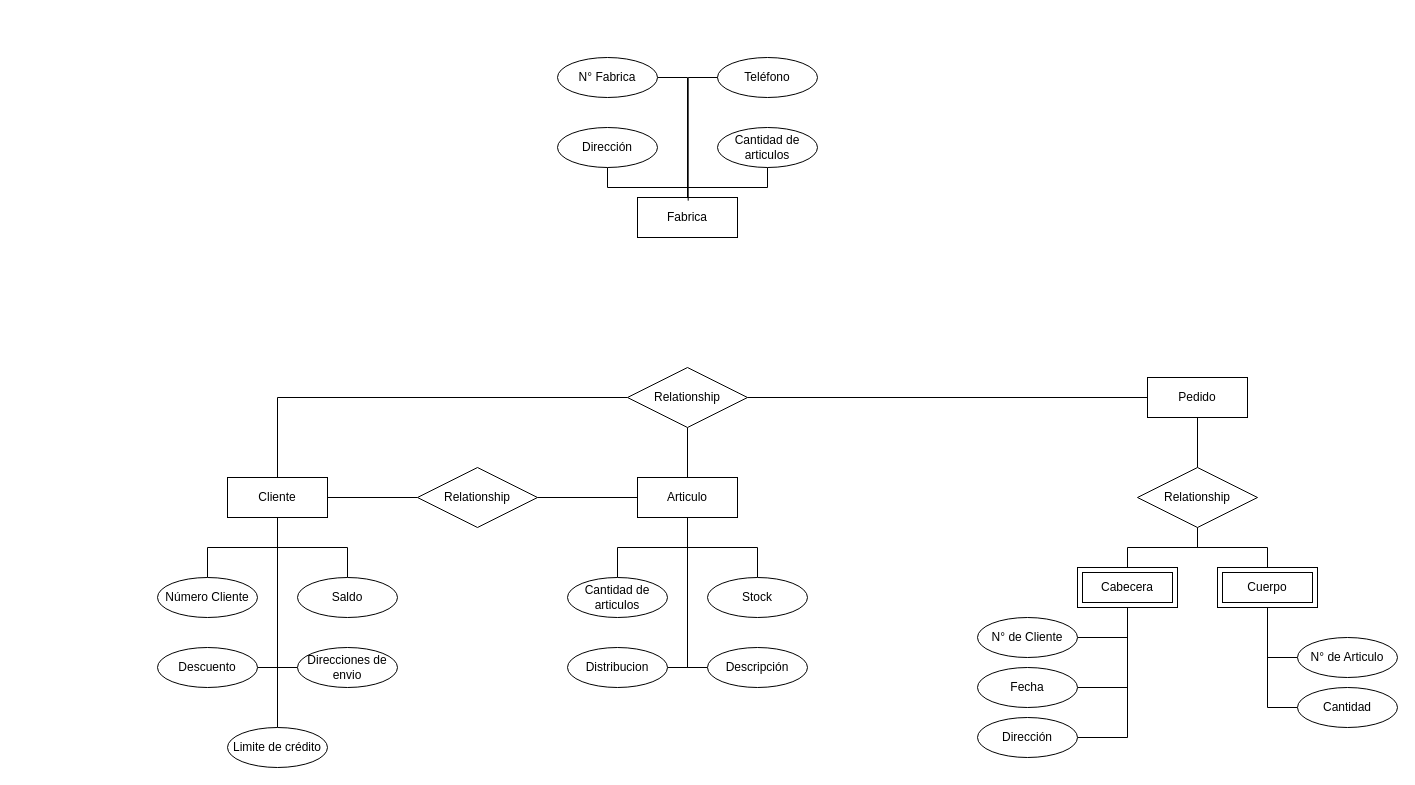
Before: Modelamiento/Diagrama sin título.drawio in Ju4nox/UCM, a draw.io diagram. Source tidied: cells renumbered, new cells numbered last; positions are measured from the earlier drawing's top-left corner, leaving out a move shared by most shapes. Both pictures are drawn from the tidied source at 100%, with x=0, y=0 at pixel (157, 57).
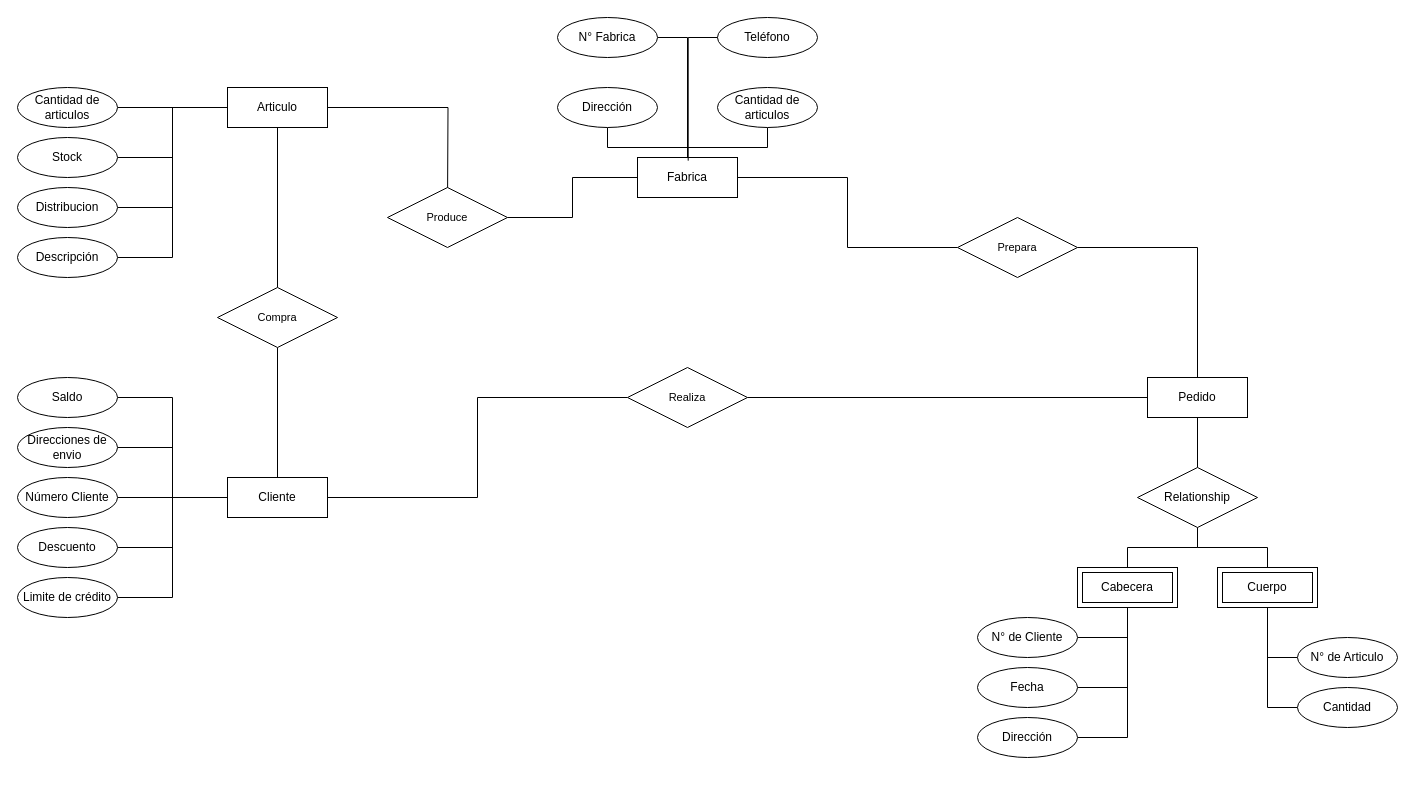
The same diagram, later.

The change refers to these unchanged cells:
```xml
<mxCell id="9" value="Cliente" style="whiteSpace=wrap;html=1;align=center;direction=west;" parent="1" vertex="1">
  <mxGeometry x="70" y="420" width="100" height="40" as="geometry" />
</mxCell>
<mxCell id="21" value="Pedido" style="whiteSpace=wrap;html=1;align=center;" parent="1" vertex="1">
  <mxGeometry x="990" y="320" width="100" height="40" as="geometry" />
</mxCell>
```

Diff of the diagram source:
```diff
@@
-    <mxCell id="2" style="edgeStyle=orthogonalEdgeStyle;shape=connector;rounded=0;jettySize=auto;html=1;exitX=0.5;exitY=0;exitDx=0;exitDy=0;entryX=0.5;entryY=1;entryDx=0;entryDy=0;strokeColor=default;align=center;verticalAlign=middle;fontFamily=Helvetica;fontSize=11;fontColor=default;labelBackgroundColor=default;startFill=0;endArrow=none;" parent="1" edge="1" source="9" target="26">
-      <mxGeometry relative="1" as="geometry" />
-    </mxCell>
-    <mxCell id="3" style="edgeStyle=orthogonalEdgeStyle;shape=connector;rounded=0;jettySize=auto;html=1;exitX=0.5;exitY=0;exitDx=0;exitDy=0;entryX=0.5;entryY=1;entryDx=0;entryDy=0;strokeColor=default;align=center;verticalAlign=middle;fontFamily=Helvetica;fontSize=11;fontColor=default;labelBackgroundColor=default;startFill=0;endArrow=none;" parent="1" edge="1" source="9" target="25">
-      <mxGeometry relative="1" as="geometry" />
-    </mxCell>
-    <mxCell id="4" style="edgeStyle=orthogonalEdgeStyle;shape=connector;rounded=0;jettySize=auto;html=1;exitX=0.5;exitY=0;exitDx=0;exitDy=0;entryX=0;entryY=0.5;entryDx=0;entryDy=0;strokeColor=default;align=center;verticalAlign=middle;fontFamily=Helvetica;fontSize=11;fontColor=default;labelBackgroundColor=default;startFill=0;endArrow=none;" parent="1" edge="1" source="9" target="10">
-      <mxGeometry relative="1" as="geometry" />
-    </mxCell>
-    <mxCell id="5" style="edgeStyle=orthogonalEdgeStyle;shape=connector;rounded=0;jettySize=auto;html=1;exitX=0.5;exitY=0;exitDx=0;exitDy=0;entryX=1;entryY=0.5;entryDx=0;entryDy=0;strokeColor=default;align=center;verticalAlign=middle;fontFamily=Helvetica;fontSize=11;fontColor=default;labelBackgroundColor=default;startFill=0;endArrow=none;" parent="1" edge="1" source="9" target="29">
-      <mxGeometry relative="1" as="geometry" />
-    </mxCell>
-    <mxCell id="6" style="edgeStyle=orthogonalEdgeStyle;shape=connector;rounded=0;jettySize=auto;html=1;exitX=0.5;exitY=0;exitDx=0;exitDy=0;entryX=0.5;entryY=1;entryDx=0;entryDy=0;strokeColor=default;align=center;verticalAlign=middle;fontFamily=Helvetica;fontSize=11;fontColor=default;labelBackgroundColor=default;startFill=0;endArrow=none;" parent="1" edge="1" source="9" target="27">
-      <mxGeometry relative="1" as="geometry" />
-    </mxCell>
-    <mxCell id="7" style="edgeStyle=orthogonalEdgeStyle;shape=connector;rounded=0;jettySize=auto;html=1;exitX=0;exitY=0.5;exitDx=0;exitDy=0;entryX=0;entryY=0.5;entryDx=0;entryDy=0;strokeColor=default;align=center;verticalAlign=middle;fontFamily=Helvetica;fontSize=11;fontColor=default;labelBackgroundColor=default;startFill=0;endArrow=none;" parent="1" edge="1" source="9" target="52">
-      <mxGeometry relative="1" as="geometry" />
-    </mxCell>
-    <mxCell id="8" style="edgeStyle=orthogonalEdgeStyle;shape=connector;rounded=0;jettySize=auto;html=1;exitX=0.5;exitY=1;exitDx=0;exitDy=0;entryX=0;entryY=0.5;entryDx=0;entryDy=0;strokeColor=default;align=center;verticalAlign=middle;fontFamily=Helvetica;fontSize=11;fontColor=default;labelBackgroundColor=default;startFill=0;endArrow=none;" parent="1" edge="1" source="9" target="54">
-      <mxGeometry relative="1" as="geometry" />
-    </mxCell>
+    <mxCell id="55" style="edgeStyle=orthogonalEdgeStyle;shape=connector;rounded=0;jettySize=auto;html=1;exitX=0;exitY=0.5;exitDx=0;exitDy=0;entryX=0;entryY=0.5;entryDx=0;entryDy=0;strokeColor=default;align=center;verticalAlign=middle;fontFamily=Helvetica;fontSize=11;fontColor=default;labelBackgroundColor=default;startFill=0;endArrow=none;" parent="1" edge="1" source="9" target="68">
+      <mxGeometry relative="1" as="geometry" />
+    </mxCell>
@@
+    <mxCell id="56" style="edgeStyle=orthogonalEdgeStyle;shape=connector;rounded=0;jettySize=auto;html=1;exitX=0;exitY=0.5;exitDx=0;exitDy=0;entryX=1;entryY=0.5;entryDx=0;entryDy=0;strokeColor=default;align=center;verticalAlign=middle;fontFamily=Helvetica;fontSize=11;fontColor=default;labelBackgroundColor=default;startFill=0;endArrow=none;" parent="1" edge="1" source="10" target="9">
+      <mxGeometry relative="1" as="geometry" />
+    </mxCell>
     <mxCell id="10" value="Descuento" style="ellipse;whiteSpace=wrap;html=1;align=center;direction=west;" parent="1" vertex="1">
-      <mxGeometry y="590" width="100" height="40" as="geometry" />
+      <mxGeometry x="-140" y="470" width="100" height="40" as="geometry" />
     </mxCell>
@@
-    <mxCell id="15" style="edgeStyle=orthogonalEdgeStyle;shape=connector;rounded=0;jettySize=auto;html=1;entryX=0.5;entryY=0;entryDx=0;entryDy=0;strokeColor=default;align=center;verticalAlign=middle;fontFamily=Helvetica;fontSize=11;fontColor=default;labelBackgroundColor=default;startFill=0;endArrow=none;" parent="1" edge="1" source="20" target="32">
-      <mxGeometry relative="1" as="geometry" />
-    </mxCell>
+    <mxCell id="57" style="edgeStyle=orthogonalEdgeStyle;shape=connector;rounded=0;jettySize=auto;html=1;exitX=0.5;exitY=1;exitDx=0;exitDy=0;entryX=0.5;entryY=0;entryDx=0;entryDy=0;strokeColor=default;align=center;verticalAlign=middle;fontFamily=Helvetica;fontSize=11;fontColor=default;labelBackgroundColor=default;startFill=0;endArrow=none;" parent="1" edge="1" source="20" target="72">
+      <mxGeometry relative="1" as="geometry" />
+    </mxCell>
-    <mxCell id="16" style="edgeStyle=orthogonalEdgeStyle;shape=connector;rounded=0;jettySize=auto;html=1;exitX=0.5;exitY=1;exitDx=0;exitDy=0;entryX=0.5;entryY=0;entryDx=0;entryDy=0;strokeColor=default;align=center;verticalAlign=middle;fontFamily=Helvetica;fontSize=11;fontColor=default;labelBackgroundColor=default;startFill=0;endArrow=none;" parent="1" edge="1" source="20" target="31">
+    <mxCell id="16" style="edgeStyle=orthogonalEdgeStyle;shape=connector;rounded=0;jettySize=auto;html=1;exitX=0;exitY=0.5;exitDx=0;exitDy=0;entryX=1;entryY=0.5;entryDx=0;entryDy=0;strokeColor=default;align=center;verticalAlign=middle;fontFamily=Helvetica;fontSize=11;fontColor=default;labelBackgroundColor=default;startFill=0;endArrow=none;" parent="1" edge="1" source="20" target="31">
       <mxGeometry relative="1" as="geometry" />
     </mxCell>
-    <mxCell id="17" style="edgeStyle=orthogonalEdgeStyle;shape=connector;rounded=0;jettySize=auto;html=1;exitX=0.5;exitY=1;exitDx=0;exitDy=0;entryX=1;entryY=0.5;entryDx=0;entryDy=0;strokeColor=default;align=center;verticalAlign=middle;fontFamily=Helvetica;fontSize=11;fontColor=default;labelBackgroundColor=default;startFill=0;endArrow=none;" parent="1" edge="1" source="20" target="30">
+    <mxCell id="17" style="edgeStyle=orthogonalEdgeStyle;shape=connector;rounded=0;jettySize=auto;html=1;exitX=0;exitY=0.5;exitDx=0;exitDy=0;entryX=1;entryY=0.5;entryDx=0;entryDy=0;strokeColor=default;align=center;verticalAlign=middle;fontFamily=Helvetica;fontSize=11;fontColor=default;labelBackgroundColor=default;startFill=0;endArrow=none;" parent="1" edge="1" source="20" target="30">
       <mxGeometry relative="1" as="geometry" />
     </mxCell>
-    <mxCell id="18" style="edgeStyle=orthogonalEdgeStyle;shape=connector;rounded=0;jettySize=auto;html=1;exitX=0.5;exitY=1;exitDx=0;exitDy=0;entryX=0;entryY=0.5;entryDx=0;entryDy=0;strokeColor=default;align=center;verticalAlign=middle;fontFamily=Helvetica;fontSize=11;fontColor=default;labelBackgroundColor=default;startFill=0;endArrow=none;" parent="1" edge="1" source="20" target="28">
+    <mxCell id="18" style="edgeStyle=orthogonalEdgeStyle;shape=connector;rounded=0;jettySize=auto;html=1;exitX=0;exitY=0.5;exitDx=0;exitDy=0;entryX=1;entryY=0.5;entryDx=0;entryDy=0;strokeColor=default;align=center;verticalAlign=middle;fontFamily=Helvetica;fontSize=11;fontColor=default;labelBackgroundColor=default;startFill=0;endArrow=none;" parent="1" edge="1" source="20" target="28">
       <mxGeometry relative="1" as="geometry" />
     </mxCell>
-    <mxCell id="19" style="edgeStyle=orthogonalEdgeStyle;shape=connector;rounded=0;jettySize=auto;html=1;exitX=0.5;exitY=0;exitDx=0;exitDy=0;entryX=0.5;entryY=1;entryDx=0;entryDy=0;strokeColor=default;align=center;verticalAlign=middle;fontFamily=Helvetica;fontSize=11;fontColor=default;labelBackgroundColor=default;startFill=0;endArrow=none;" parent="1" edge="1" source="20" target="54">
-      <mxGeometry relative="1" as="geometry" />
-    </mxCell>
+    <mxCell id="58" style="edgeStyle=orthogonalEdgeStyle;shape=connector;rounded=0;jettySize=auto;html=1;exitX=1;exitY=0.5;exitDx=0;exitDy=0;entryX=0;entryY=0.5;entryDx=0;entryDy=0;strokeColor=default;align=center;verticalAlign=middle;fontFamily=Helvetica;fontSize=11;fontColor=default;labelBackgroundColor=default;startFill=0;endArrow=none;" parent="1" edge="1" source="20">
+      <mxGeometry relative="1" as="geometry">
+        <mxPoint x="290" y="150" as="targetPoint" />
+      </mxGeometry>
+    </mxCell>
     <mxCell id="20" value="Articulo" style="whiteSpace=wrap;html=1;align=center;" parent="1" vertex="1">
-      <mxGeometry x="480" y="420" width="100" height="40" as="geometry" />
+      <mxGeometry x="70" y="30" width="100" height="40" as="geometry" />
     </mxCell>
+    <mxCell id="59" style="edgeStyle=orthogonalEdgeStyle;shape=connector;rounded=0;jettySize=auto;html=1;exitX=0.5;exitY=0;exitDx=0;exitDy=0;entryX=1;entryY=0.5;entryDx=0;entryDy=0;strokeColor=default;align=center;verticalAlign=middle;fontFamily=Helvetica;fontSize=11;fontColor=default;labelBackgroundColor=default;startFill=0;endArrow=none;" parent="1" edge="1" source="21" target="66">
+      <mxGeometry relative="1" as="geometry" />
+    </mxCell>
@@
+    <mxCell id="60" style="edgeStyle=orthogonalEdgeStyle;shape=connector;rounded=0;jettySize=auto;html=1;exitX=0;exitY=0.5;exitDx=0;exitDy=0;entryX=1;entryY=0.5;entryDx=0;entryDy=0;strokeColor=default;align=center;verticalAlign=middle;fontFamily=Helvetica;fontSize=11;fontColor=default;labelBackgroundColor=default;startFill=0;endArrow=none;" parent="1" edge="1" source="25" target="9">
+      <mxGeometry relative="1" as="geometry" />
+    </mxCell>
     <mxCell id="25" value="Saldo" style="ellipse;whiteSpace=wrap;html=1;align=center;direction=west;" parent="1" vertex="1">
-      <mxGeometry x="140" y="520" width="100" height="40" as="geometry" />
+      <mxGeometry x="-140" y="320" width="100" height="40" as="geometry" />
     </mxCell>
+    <mxCell id="61" style="edgeStyle=orthogonalEdgeStyle;shape=connector;rounded=0;jettySize=auto;html=1;exitX=0;exitY=0.5;exitDx=0;exitDy=0;entryX=1;entryY=0.5;entryDx=0;entryDy=0;strokeColor=default;align=center;verticalAlign=middle;fontFamily=Helvetica;fontSize=11;fontColor=default;labelBackgroundColor=default;startFill=0;endArrow=none;" parent="1" edge="1" source="26" target="9">
+      <mxGeometry relative="1" as="geometry" />
+    </mxCell>
     <mxCell id="26" value="Número Cliente" style="ellipse;whiteSpace=wrap;html=1;align=center;direction=west;" parent="1" vertex="1">
-      <mxGeometry y="520" width="100" height="40" as="geometry" />
+      <mxGeometry x="-140" y="420" width="100" height="40" as="geometry" />
     </mxCell>
+    <mxCell id="62" style="edgeStyle=orthogonalEdgeStyle;shape=connector;rounded=0;jettySize=auto;html=1;exitX=0;exitY=0.5;exitDx=0;exitDy=0;entryX=1;entryY=0.5;entryDx=0;entryDy=0;strokeColor=default;align=center;verticalAlign=middle;fontFamily=Helvetica;fontSize=11;fontColor=default;labelBackgroundColor=default;startFill=0;endArrow=none;" parent="1" edge="1" source="27" target="9">
+      <mxGeometry relative="1" as="geometry" />
+    </mxCell>
     <mxCell id="27" value="Limite de crédito" style="ellipse;whiteSpace=wrap;html=1;align=center;direction=west;" parent="1" vertex="1">
-      <mxGeometry x="70" y="670" width="100" height="40" as="geometry" />
+      <mxGeometry x="-140" y="520" width="100" height="40" as="geometry" />
     </mxCell>
     <mxCell id="28" value="Descripción" style="ellipse;whiteSpace=wrap;html=1;align=center;" parent="1" vertex="1">
-      <mxGeometry x="550" y="590" width="100" height="40" as="geometry" />
+      <mxGeometry x="-140" y="180" width="100" height="40" as="geometry" />
     </mxCell>
+    <mxCell id="63" style="edgeStyle=orthogonalEdgeStyle;shape=connector;rounded=0;jettySize=auto;html=1;exitX=0;exitY=0.5;exitDx=0;exitDy=0;entryX=1;entryY=0.5;entryDx=0;entryDy=0;strokeColor=default;align=center;verticalAlign=middle;fontFamily=Helvetica;fontSize=11;fontColor=default;labelBackgroundColor=default;startFill=0;endArrow=none;" parent="1" edge="1" source="29" target="9">
+      <mxGeometry relative="1" as="geometry" />
+    </mxCell>
     <mxCell id="29" value="Direcciones de envio" style="ellipse;whiteSpace=wrap;html=1;align=center;direction=west;" parent="1" vertex="1">
-      <mxGeometry x="140" y="590" width="100" height="40" as="geometry" />
+      <mxGeometry x="-140" y="370" width="100" height="40" as="geometry" />
     </mxCell>
     <mxCell id="30" value="Distribucion" style="ellipse;whiteSpace=wrap;html=1;align=center;" parent="1" vertex="1">
-      <mxGeometry x="410" y="590" width="100" height="40" as="geometry" />
+      <mxGeometry x="-140" y="130" width="100" height="40" as="geometry" />
     </mxCell>
     <mxCell id="31" value="Stock" style="ellipse;whiteSpace=wrap;html=1;align=center;" parent="1" vertex="1">
-      <mxGeometry x="550" y="520" width="100" height="40" as="geometry" />
+      <mxGeometry x="-140" y="80" width="100" height="40" as="geometry" />
     </mxCell>
+    <mxCell id="64" style="edgeStyle=orthogonalEdgeStyle;shape=connector;rounded=0;jettySize=auto;html=1;exitX=1;exitY=0.5;exitDx=0;exitDy=0;entryX=0;entryY=0.5;entryDx=0;entryDy=0;strokeColor=default;align=center;verticalAlign=middle;fontFamily=Helvetica;fontSize=11;fontColor=default;labelBackgroundColor=default;startFill=0;endArrow=none;" parent="1" edge="1" source="32" target="20">
+      <mxGeometry relative="1" as="geometry" />
+    </mxCell>
     <mxCell id="32" value="Cantidad de articulos" style="ellipse;whiteSpace=wrap;html=1;align=center;" parent="1" vertex="1">
-      <mxGeometry x="410" y="520" width="100" height="40" as="geometry" />
+      <mxGeometry x="-140" y="30" width="100" height="40" as="geometry" />
     </mxCell>
@@
     <mxCell id="34" value="N° Fabrica" style="ellipse;whiteSpace=wrap;html=1;align=center;" parent="1" vertex="1">
-      <mxGeometry x="400" width="100" height="40" as="geometry" />
+      <mxGeometry x="400" y="-40" width="100" height="40" as="geometry" />
     </mxCell>
     <mxCell id="35" value="Teléfono" style="ellipse;whiteSpace=wrap;html=1;align=center;" parent="1" vertex="1">
-      <mxGeometry x="560" width="100" height="40" as="geometry" />
+      <mxGeometry x="560" y="-40" width="100" height="40" as="geometry" />
     </mxCell>
     <mxCell id="36" style="edgeStyle=orthogonalEdgeStyle;shape=connector;rounded=0;jettySize=auto;html=1;exitX=0.5;exitY=1;exitDx=0;exitDy=0;entryX=0.5;entryY=0;entryDx=0;entryDy=0;strokeColor=default;align=center;verticalAlign=middle;fontFamily=Helvetica;fontSize=11;fontColor=default;labelBackgroundColor=default;startFill=0;endArrow=none;" parent="1" edge="1" source="37" target="38">
       <mxGeometry relative="1" as="geometry">
         <Array as="points">
-          <mxPoint x="450" y="130" />
-          <mxPoint x="530" y="130" />
+          <mxPoint x="450" y="90" />
+          <mxPoint x="530" y="90" />
         </Array>
       </mxGeometry>
     </mxCell>
     <mxCell id="37" value="Dirección" style="ellipse;whiteSpace=wrap;html=1;align=center;" parent="1" vertex="1">
-      <mxGeometry x="400" y="70" width="100" height="40" as="geometry" />
+      <mxGeometry x="400" y="30" width="100" height="40" as="geometry" />
     </mxCell>
     <mxCell id="38" value="Fabrica" style="whiteSpace=wrap;html=1;align=center;" parent="1" vertex="1">
-      <mxGeometry x="480" y="140" width="100" height="40" as="geometry" />
+      <mxGeometry x="480" y="100" width="100" height="40" as="geometry" />
     </mxCell>
     <mxCell id="39" style="edgeStyle=orthogonalEdgeStyle;shape=connector;rounded=0;jettySize=auto;html=1;exitX=0.5;exitY=1;exitDx=0;exitDy=0;entryX=0.5;entryY=0;entryDx=0;entryDy=0;strokeColor=default;align=center;verticalAlign=middle;fontFamily=Helvetica;fontSize=11;fontColor=default;labelBackgroundColor=default;startFill=0;endArrow=none;" parent="1" edge="1" source="40" target="38">
       <mxGeometry relative="1" as="geometry">
         <Array as="points">
-          <mxPoint x="610" y="130" />
-          <mxPoint x="530" y="130" />
+          <mxPoint x="610" y="90" />
+          <mxPoint x="530" y="90" />
         </Array>
       </mxGeometry>
     </mxCell>
     <mxCell id="40" value="Cantidad de articulos" style="ellipse;whiteSpace=wrap;html=1;align=center;" parent="1" vertex="1">
-      <mxGeometry x="560" y="70" width="100" height="40" as="geometry" />
+      <mxGeometry x="560" y="30" width="100" height="40" as="geometry" />
     </mxCell>
@@
-    <mxCell id="51" style="edgeStyle=orthogonalEdgeStyle;shape=connector;rounded=0;jettySize=auto;html=1;exitX=1;exitY=0.5;exitDx=0;exitDy=0;entryX=0;entryY=0.5;entryDx=0;entryDy=0;strokeColor=default;align=center;verticalAlign=middle;fontFamily=Helvetica;fontSize=11;fontColor=default;labelBackgroundColor=default;startFill=0;endArrow=none;" parent="1" edge="1" source="52" target="20">
-      <mxGeometry relative="1" as="geometry" />
-    </mxCell>
-    <mxCell id="52" value="Relationship" style="shape=rhombus;perimeter=rhombusPerimeter;whiteSpace=wrap;html=1;align=center;" parent="1" vertex="1">
-      <mxGeometry x="260" y="410" width="120" height="60" as="geometry" />
-    </mxCell>
-    <mxCell id="53" style="edgeStyle=orthogonalEdgeStyle;shape=connector;rounded=0;jettySize=auto;html=1;exitX=1;exitY=0.5;exitDx=0;exitDy=0;entryX=0;entryY=0.5;entryDx=0;entryDy=0;strokeColor=default;align=center;verticalAlign=middle;fontFamily=Helvetica;fontSize=11;fontColor=default;labelBackgroundColor=default;startFill=0;endArrow=none;" parent="1" edge="1" source="54" target="21">
-      <mxGeometry relative="1" as="geometry" />
-    </mxCell>
-    <mxCell id="54" value="Relationship" style="shape=rhombus;perimeter=rhombusPerimeter;whiteSpace=wrap;html=1;align=center;" parent="1" vertex="1">
-      <mxGeometry x="470" y="310" width="120" height="60" as="geometry" />
-    </mxCell>
+    <mxCell id="65" style="edgeStyle=orthogonalEdgeStyle;shape=connector;rounded=0;jettySize=auto;html=1;exitX=0;exitY=0.5;exitDx=0;exitDy=0;entryX=1;entryY=0.5;entryDx=0;entryDy=0;strokeColor=default;align=center;verticalAlign=middle;fontFamily=Helvetica;fontSize=11;fontColor=default;labelBackgroundColor=default;startFill=0;endArrow=none;" parent="1" edge="1" source="66" target="38">
+      <mxGeometry relative="1" as="geometry" />
+    </mxCell>
+    <mxCell id="66" value="Prepara" style="shape=rhombus;perimeter=rhombusPerimeter;whiteSpace=wrap;html=1;align=center;fontFamily=Helvetica;fontSize=11;fontColor=default;labelBackgroundColor=default;" parent="1" vertex="1">
+      <mxGeometry x="800" y="160" width="120" height="60" as="geometry" />
+    </mxCell>
+    <mxCell id="67" style="edgeStyle=orthogonalEdgeStyle;shape=connector;rounded=0;jettySize=auto;html=1;exitX=1;exitY=0.5;exitDx=0;exitDy=0;entryX=0;entryY=0.5;entryDx=0;entryDy=0;strokeColor=default;align=center;verticalAlign=middle;fontFamily=Helvetica;fontSize=11;fontColor=default;labelBackgroundColor=default;startFill=0;endArrow=none;" parent="1" edge="1" source="68" target="21">
+      <mxGeometry relative="1" as="geometry" />
+    </mxCell>
+    <mxCell id="68" value="Realiza" style="shape=rhombus;perimeter=rhombusPerimeter;whiteSpace=wrap;html=1;align=center;fontFamily=Helvetica;fontSize=11;fontColor=default;labelBackgroundColor=default;" parent="1" vertex="1">
+      <mxGeometry x="470" y="310" width="120" height="60" as="geometry" />
+    </mxCell>
+    <mxCell id="69" style="edgeStyle=orthogonalEdgeStyle;shape=connector;rounded=0;jettySize=auto;html=1;exitX=1;exitY=0.5;exitDx=0;exitDy=0;entryX=0;entryY=0.5;entryDx=0;entryDy=0;strokeColor=default;align=center;verticalAlign=middle;fontFamily=Helvetica;fontSize=11;fontColor=default;labelBackgroundColor=default;startFill=0;endArrow=none;" parent="1" edge="1" source="70" target="38">
+      <mxGeometry relative="1" as="geometry" />
+    </mxCell>
+    <mxCell id="70" value="Produce" style="shape=rhombus;perimeter=rhombusPerimeter;whiteSpace=wrap;html=1;align=center;fontFamily=Helvetica;fontSize=11;fontColor=default;labelBackgroundColor=default;" parent="1" vertex="1">
+      <mxGeometry x="230" y="130" width="120" height="60" as="geometry" />
+    </mxCell>
+    <mxCell id="71" style="edgeStyle=orthogonalEdgeStyle;shape=connector;rounded=0;jettySize=auto;html=1;exitX=0.5;exitY=1;exitDx=0;exitDy=0;entryX=0.5;entryY=1;entryDx=0;entryDy=0;strokeColor=default;align=center;verticalAlign=middle;fontFamily=Helvetica;fontSize=11;fontColor=default;labelBackgroundColor=default;startFill=0;endArrow=none;" parent="1" edge="1" source="72" target="9">
+      <mxGeometry relative="1" as="geometry" />
+    </mxCell>
+    <mxCell id="72" value="Compra" style="shape=rhombus;perimeter=rhombusPerimeter;whiteSpace=wrap;html=1;align=center;fontFamily=Helvetica;fontSize=11;fontColor=default;labelBackgroundColor=default;" parent="1" vertex="1">
+      <mxGeometry x="60" y="230" width="120" height="60" as="geometry" />
+    </mxCell>
```
